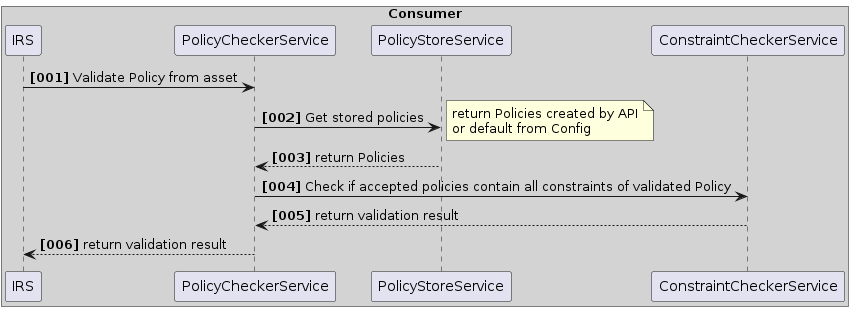
This is docs/assets/arc42/arc42_014.png from catenax-ng/tx-item-relationship-service, a PlantUML export, as it was before one commit.
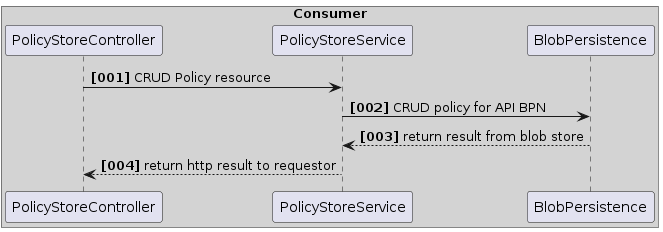
After the change.

What changed in the source:
```diff
@@ -3,21 +3,14 @@
 
 autonumber "<b>[000]"
 box "Consumer" #LightGrey
-participant IRS
-participant PolicyCheckerService
+participant PolicyStoreController
 participant PolicyStoreService
-participant ConstraintCheckerService
+participant BlobPersistence
 
 
-IRS -> PolicyCheckerService: Validate Policy from asset
-PolicyCheckerService -> PolicyStoreService : Get stored policies
-note right
-    return Policies created by API
-    or default from Config
-end note
-PolicyCheckerService <-- PolicyStoreService : return Policies
-PolicyCheckerService -> ConstraintCheckerService : Check if accepted policies contain all constraints of validated Policy
-PolicyCheckerService <-- ConstraintCheckerService : return validation result
-IRS <-- PolicyCheckerService : return validation result
+PolicyStoreController -> PolicyStoreService: CRUD Policy resource
+PolicyStoreService -> BlobPersistence : CRUD policy for API BPN
+PolicyStoreService <-- BlobPersistence : return result from blob store
+PolicyStoreController <-- PolicyStoreService : return http result to requestor
 
 @enduml
```
